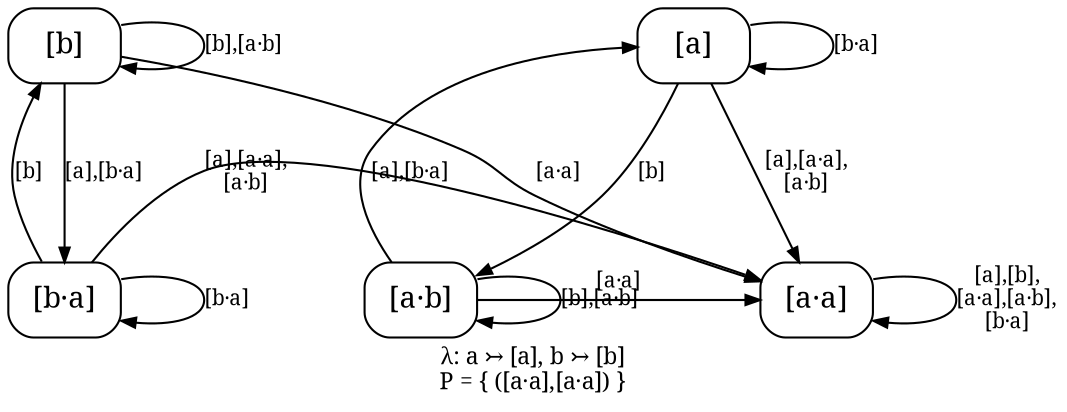
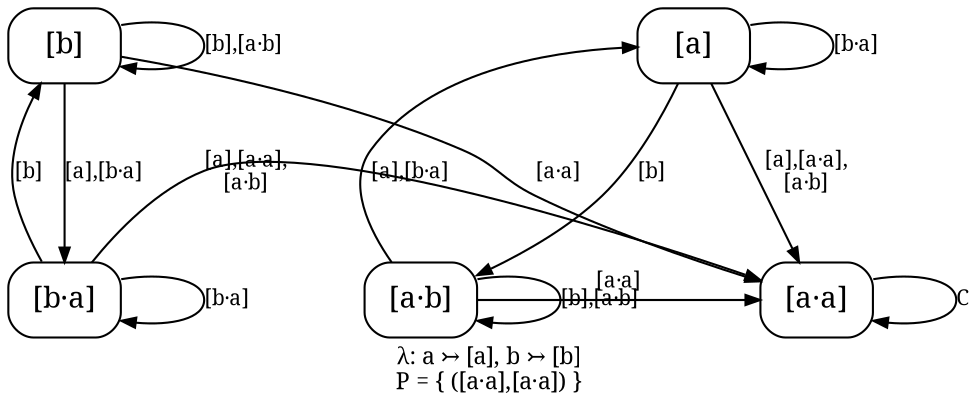
// sos2cayley gf_aa.sos --rename a=a,!a=b
digraph core_F1_gf_aa {
  rankdir=TB;
  ranksep=0.87; nodesep=0.55;
  node [shape=box, style=rounded, fontname="serif", margin="0.06,0.03"];
  edge [fontname="serif", fontsize=10, arrowsize=0.7];
  label="λ: a ↣ [a], b ↣ [b]\nP = { ([a·a],[a·a]) }";
  labelloc="b"; labeljust="c"; fontname="serif"; fontsize=11;

  a [label="[a]"];
  b [label="[b]"];
  aa [label="[a·a]"];
  ab [label="[a·b]"];
  ba [label="[b·a]"];

  { rank=same; a b; }
  { rank=same; aa ab ba; }

  a -> aa [label="[a],[a·a],\n[a·b]", weight=3];
  a -> ab [label="[b]", weight=3];
  a -> a [label="[b·a]", weight=1];
  b -> ba [label="[a],[b·a]", weight=3];
  b -> b [label="[b],[a·b]", weight=1];
  b -> aa [label="[a·a]", weight=1];
-   aa -> aa [label="[a],[b],\n[a·a],[a·b],\n[b·a]", weight=1];
+   aa -> aa [label="C", weight=1];
  ab -> a [label="[a],[b·a]", weight=1];
  ab -> ab [label="[b],[a·b]", weight=1];
  ab -> aa [label="[a·a]", weight=1];
  ba -> aa [label="[a],[a·a],\n[a·b]", weight=1];
  ba -> b [label="[b]", weight=1];
  ba -> ba [label="[b·a]", weight=1];
}
